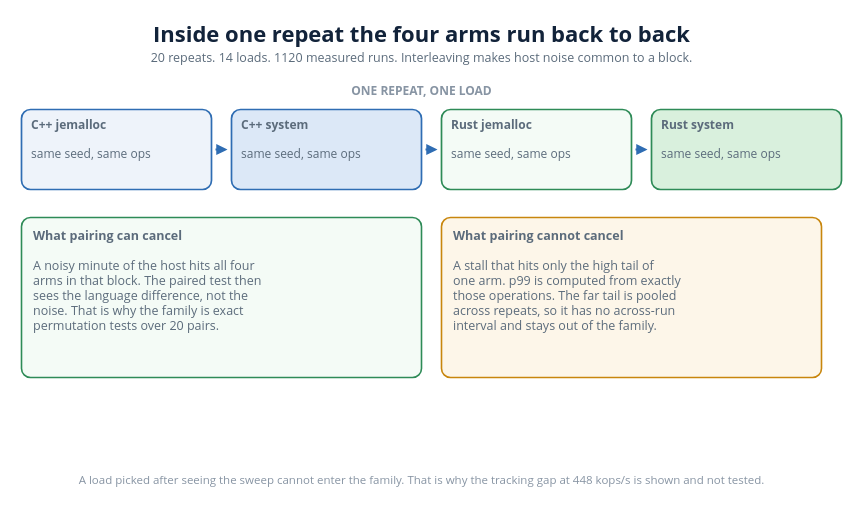
This is diagrams/review/51_one_repeat.drawio from VienThanh12/Master-Thesis, a draw.io file, before an edit. Source tidied: cells renumbered, new cells numbered last; positions are measured from the earlier drawing's top-left corner, leaving out a move shared by most shapes. Both pictures are drawn from the tidied source at 100%, with x=0, y=0 at pixel (17, 16).
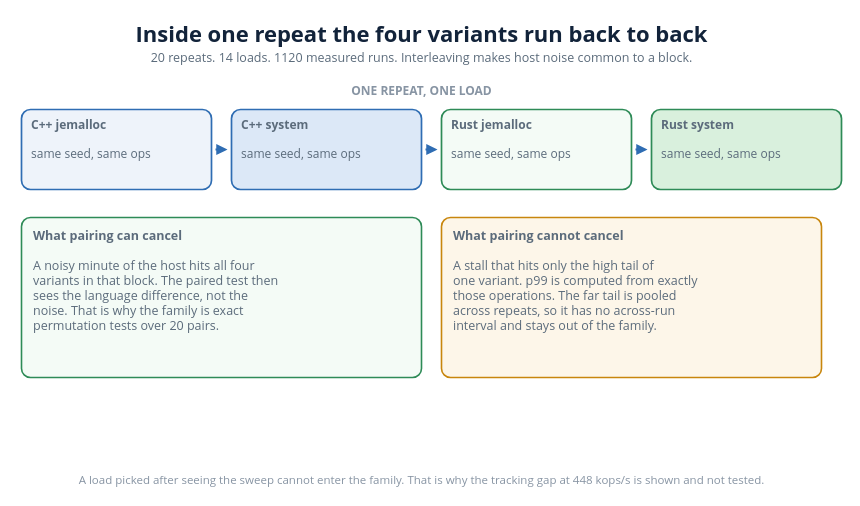
Above is the later version.

Diff of the diagram source:
```diff
@@
 <mxGraphModel>
   <root>
     <mxCell id="0" />
     <mxCell id="1" parent="0" />
-    <mxCell id="2" value="Inside one repeat the four arms run back to back" style="text;html=1;strokeColor=none;fillColor=none;whiteSpace=nowrap;align=center;verticalAlign=middle;fontSize=22;fontColor=#12233a;fontFamily=Segoe UI;fontStyle=1;" parent="1" vertex="1">
-      <mxGeometry x="116.2" y="0.1" width="575.5" height="33" as="geometry" />
+    <mxCell id="2" value="Inside one repeat the four variants run back to back" style="text;html=1;strokeColor=none;fillColor=none;whiteSpace=nowrap;align=center;verticalAlign=middle;fontSize=22;fontColor=#12233a;fontFamily=Segoe UI;fontStyle=1;" parent="1" vertex="1">
+      <mxGeometry x="92.3" y="0.1" width="623.5" height="33" as="geometry" />
     </mxCell>
     <mxCell id="3" value="20 repeats. 14 loads. 1120 measured runs. Interleaving makes host noise common to a block." style="text;html=1;strokeColor=none;fillColor=none;whiteSpace=nowrap;align=center;verticalAlign=middle;fontSize=12.5;fontColor=#5b6b7b;fontFamily=Segoe UI;" parent="1" vertex="1">
       <mxGeometry x="97.4" y="31.1" width="613.1" height="18.8" as="geometry" />
     </mxCell>
     <mxCell id="4" value="ONE REPEAT, ONE LOAD" style="text;html=1;strokeColor=none;fillColor=none;whiteSpace=nowrap;align=center;verticalAlign=middle;fontSize=12;fontColor=#8794a3;fontFamily=Segoe UI;fontStyle=1;" parent="1" vertex="1">
       <mxGeometry x="338.6" y="65.6" width="130.8" height="18" as="geometry" />
     </mxCell>
     <mxCell id="5" value="&lt;b&gt;C++  jemalloc&lt;/b&gt;&lt;br&gt;&lt;br&gt;same seed, same ops" style="rounded=1;whiteSpace=wrap;html=1;absoluteArcSize=1;arcSize=18;fillColor=#eef3fa;strokeColor=#2f6db3;strokeWidth=1.7;align=left;verticalAlign=top;spacingLeft=8;spacingTop=2;spacingRight=6;fontSize=12;fontColor=#5b6b7b;fontFamily=Segoe UI;" parent="1" vertex="1">
       <mxGeometry x="4" y="93" width="190" height="80" as="geometry" />
     </mxCell>
     <mxCell id="6" value="&lt;b&gt;C++  system&lt;/b&gt;&lt;br&gt;&lt;br&gt;same seed, same ops" style="rounded=1;whiteSpace=wrap;html=1;absoluteArcSize=1;arcSize=18;fillColor=#dce8f7;strokeColor=#2f6db3;strokeWidth=1.7;align=left;verticalAlign=top;spacingLeft=8;spacingTop=2;spacingRight=6;fontSize=12;fontColor=#5b6b7b;fontFamily=Segoe UI;" parent="1" vertex="1">
       <mxGeometry x="214" y="93" width="190" height="80" as="geometry" />
     </mxCell>
     <mxCell id="7" value="&lt;b&gt;Rust  jemalloc&lt;/b&gt;&lt;br&gt;&lt;br&gt;same seed, same ops" style="rounded=1;whiteSpace=wrap;html=1;absoluteArcSize=1;arcSize=18;fillColor=#f4fbf6;strokeColor=#2e8b57;strokeWidth=1.7;align=left;verticalAlign=top;spacingLeft=8;spacingTop=2;spacingRight=6;fontSize=12;fontColor=#5b6b7b;fontFamily=Segoe UI;" parent="1" vertex="1">
       <mxGeometry x="424" y="93" width="190" height="80" as="geometry" />
     </mxCell>
     <mxCell id="8" value="&lt;b&gt;Rust  system&lt;/b&gt;&lt;br&gt;&lt;br&gt;same seed, same ops" style="rounded=1;whiteSpace=wrap;html=1;absoluteArcSize=1;arcSize=18;fillColor=#d9f0dd;strokeColor=#2e8b57;strokeWidth=1.7;align=left;verticalAlign=top;spacingLeft=8;spacingTop=2;spacingRight=6;fontSize=12;fontColor=#5b6b7b;fontFamily=Segoe UI;" parent="1" vertex="1">
       <mxGeometry x="634" y="93" width="190" height="80" as="geometry" />
     </mxCell>
     <mxCell id="9" style="html=1;rounded=0;strokeColor=#2f6db3;strokeWidth=2.0;endArrow=block;endFill=1;" parent="1" edge="1">
       <mxGeometry relative="1" as="geometry">
         <mxPoint x="198" y="133" as="sourcePoint" />
         <mxPoint x="210" y="133" as="targetPoint" />
       </mxGeometry>
     </mxCell>
     <mxCell id="10" style="html=1;rounded=0;strokeColor=#2f6db3;strokeWidth=2.0;endArrow=block;endFill=1;" parent="1" edge="1">
       <mxGeometry relative="1" as="geometry">
         <mxPoint x="408" y="133" as="sourcePoint" />
         <mxPoint x="420" y="133" as="targetPoint" />
       </mxGeometry>
     </mxCell>
     <mxCell id="11" style="html=1;rounded=0;strokeColor=#2f6db3;strokeWidth=2.0;endArrow=block;endFill=1;" parent="1" edge="1">
       <mxGeometry relative="1" as="geometry">
         <mxPoint x="618" y="133" as="sourcePoint" />
         <mxPoint x="630" y="133" as="targetPoint" />
       </mxGeometry>
     </mxCell>
-    <mxCell id="12" value="&lt;b&gt;What pairing can cancel&lt;/b&gt;&lt;br&gt;&lt;br&gt;A noisy minute of the host hits all four&lt;br&gt;arms in that block. The paired test then&lt;br&gt;sees the language difference, not the&lt;br&gt;noise. That is why the family is exact&lt;br&gt;permutation tests over 20 pairs." style="rounded=1;whiteSpace=wrap;html=1;absoluteArcSize=1;arcSize=18;fillColor=#f4fbf6;strokeColor=#2e8b57;strokeWidth=1.6;align=left;verticalAlign=top;spacingLeft=10;spacingTop=4;spacingRight=6;fontSize=12.5;fontColor=#5b6b7b;fontFamily=Segoe UI;" parent="1" vertex="1">
+    <mxCell id="12" value="&lt;b&gt;What pairing can cancel&lt;/b&gt;&lt;br&gt;&lt;br&gt;A noisy minute of the host hits all four&lt;br&gt;variants in that block. The paired test then&lt;br&gt;sees the language difference, not the&lt;br&gt;noise. That is why the family is exact&lt;br&gt;permutation tests over 20 pairs." style="rounded=1;whiteSpace=wrap;html=1;absoluteArcSize=1;arcSize=18;fillColor=#f4fbf6;strokeColor=#2e8b57;strokeWidth=1.6;align=left;verticalAlign=top;spacingLeft=10;spacingTop=4;spacingRight=6;fontSize=12.5;fontColor=#5b6b7b;fontFamily=Segoe UI;" parent="1" vertex="1">
       <mxGeometry x="4" y="201" width="400" height="160" as="geometry" />
     </mxCell>
-    <mxCell id="13" value="&lt;b&gt;What pairing cannot cancel&lt;/b&gt;&lt;br&gt;&lt;br&gt;A stall that hits only the high tail of&lt;br&gt;one arm. p99 is computed from exactly&lt;br&gt;those operations. The far tail is pooled&lt;br&gt;across repeats, so it has no across-run&lt;br&gt;interval and stays out of the family." style="rounded=1;whiteSpace=wrap;html=1;absoluteArcSize=1;arcSize=18;fillColor=#fdf6e9;strokeColor=#c8860d;strokeWidth=1.6;align=left;verticalAlign=top;spacingLeft=10;spacingTop=4;spacingRight=6;fontSize=12.5;fontColor=#5b6b7b;fontFamily=Segoe UI;" parent="1" vertex="1">
+    <mxCell id="13" value="&lt;b&gt;What pairing cannot cancel&lt;/b&gt;&lt;br&gt;&lt;br&gt;A stall that hits only the high tail of&lt;br&gt;one variant. p99 is computed from exactly&lt;br&gt;those operations. The far tail is pooled&lt;br&gt;across repeats, so it has no across-run&lt;br&gt;interval and stays out of the family." style="rounded=1;whiteSpace=wrap;html=1;absoluteArcSize=1;arcSize=18;fillColor=#fdf6e9;strokeColor=#c8860d;strokeWidth=1.6;align=left;verticalAlign=top;spacingLeft=10;spacingTop=4;spacingRight=6;fontSize=12.5;fontColor=#5b6b7b;fontFamily=Segoe UI;" parent="1" vertex="1">
       <mxGeometry x="424" y="201" width="380" height="160" as="geometry" />
     </mxCell>
     <mxCell id="14" value="A load picked after seeing the sweep cannot enter the family. That is why the tracking gap at 448 kops/s is shown and not tested." style="text;html=1;strokeColor=none;fillColor=none;whiteSpace=nowrap;align=center;verticalAlign=middle;fontSize=11.5;fontColor=#8794a3;fontFamily=Segoe UI;" parent="1" vertex="1">
       <mxGeometry x="-0.2" y="454.1" width="808.5" height="17.2" as="geometry" />
     </mxCell>
   </root>
 </mxGraphModel>
```
